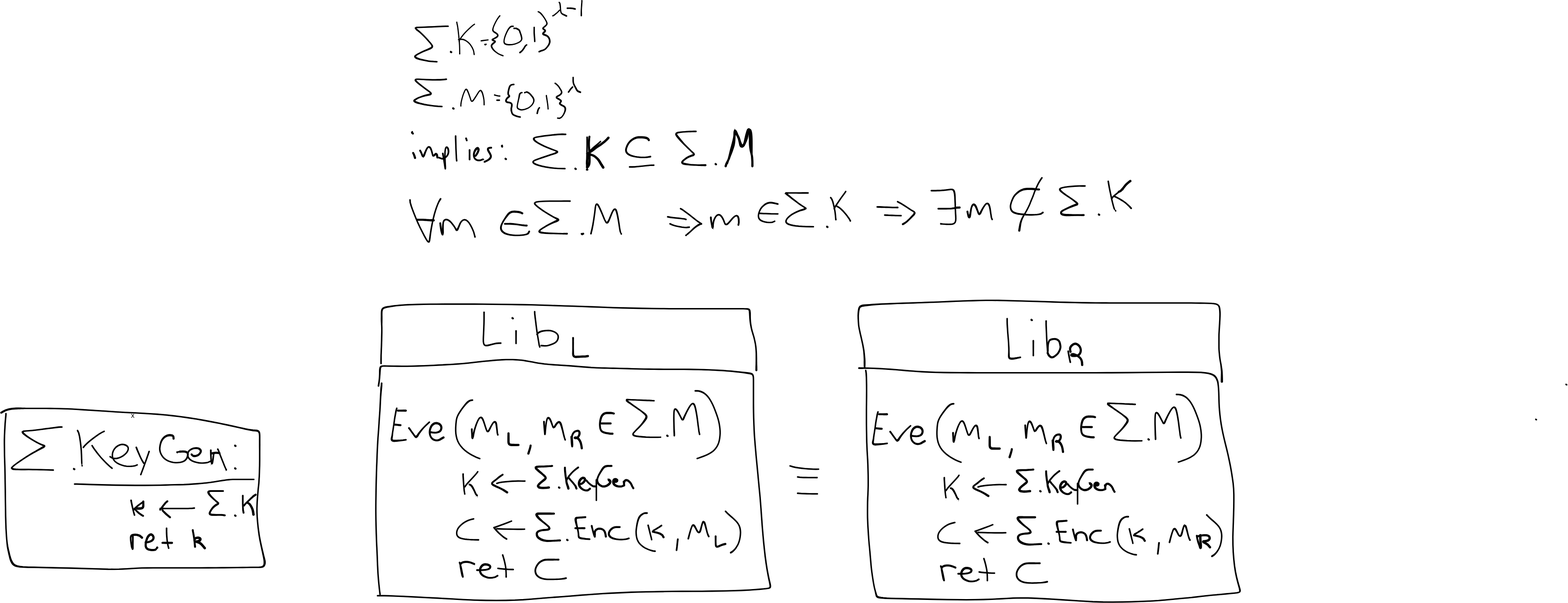
Before: cs427.svg, a diagram exported from draw.io (endepointe/cs427). Source tidied: cells renumbered, new cells last; positions are measured from the earlier drawing's top-left corner, leaving out a move shared by most shapes.
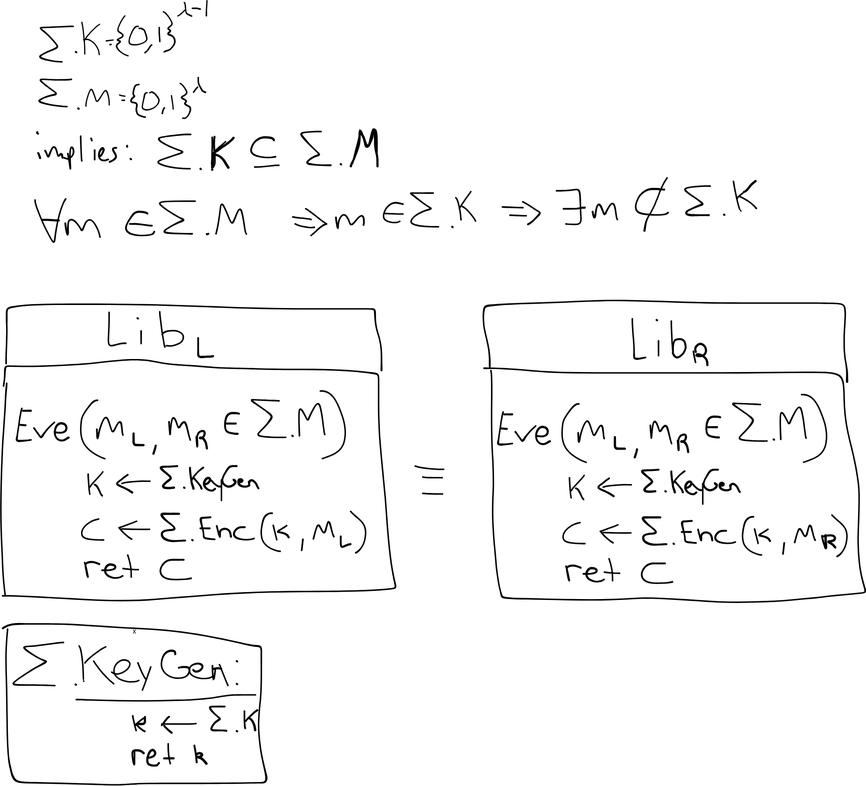
Above is the later version.

Change to the diagram source:
```diff
@@ -2,12 +2,6 @@
   <root>
     <mxCell id="0" />
     <mxCell id="1" parent="0" />
-    <mxCell id="2" style="shape=(stored shape, 640 characters);lineShape=1;" parent="1" vertex="1">
-      <mxGeometry x="2689.9" y="658.9" width="2.5" height="2.5" as="geometry" />
-    </mxCell>
-    <mxCell id="3" style="shape=(stored shape, 640 characters);lineShape=1;" parent="1" vertex="1">
-      <mxGeometry x="2637.9" y="718.9" width="2.5" height="2.5" as="geometry" />
-    </mxCell>
     <mxCell id="4" style="group;" parent="1" vertex="1">
       <mxGeometry x="709.9" width="289.9" height="203.5" as="geometry" />
     </mxCell>
@@ -99,7 +93,7 @@
       <mxGeometry y="134.8" width="57.2" height="48.6" as="geometry" />
     </mxCell>
     <mxCell id="34" value="x" style="group;" parent="1" vertex="1">
-      <mxGeometry y="700" width="455.4" height="278.3" as="geometry" />
+      <mxGeometry x="647.2" y="1070" width="455.4" height="278.3" as="geometry" />
     </mxCell>
     <mxCell id="35" style="shape=(stored shape, 804 characters);lineShape=1;" parent="34" vertex="1">
       <mxGeometry x="131.5" y="38.3" width="9.5" height="62.2" as="geometry" />
```
